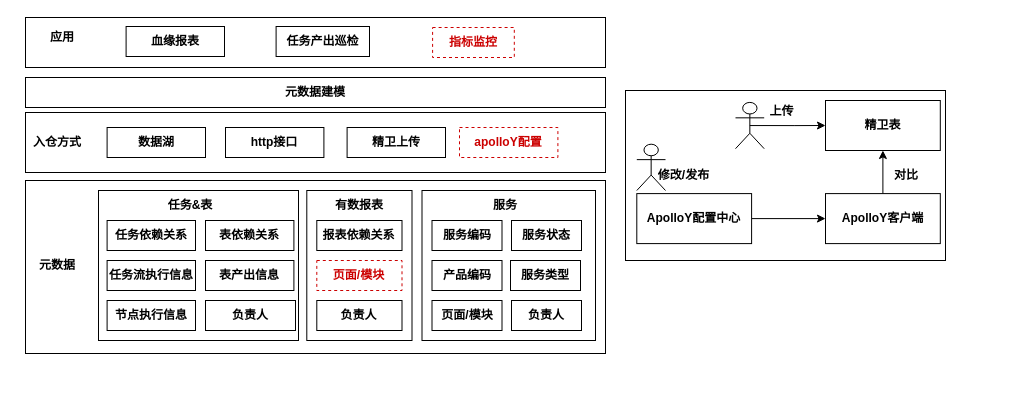
Above: 大麦任务监控.drawio in mineminemine123/work-wiki (draw.io), before the change. Source tidied: cells renumbered, new cells numbered last; positions are measured from the earlier drawing's top-left corner, leaving out a move shared by most shapes. Both pictures are drawn from the tidied source at 100%, with x=0, y=0 at pixel (25, 17).
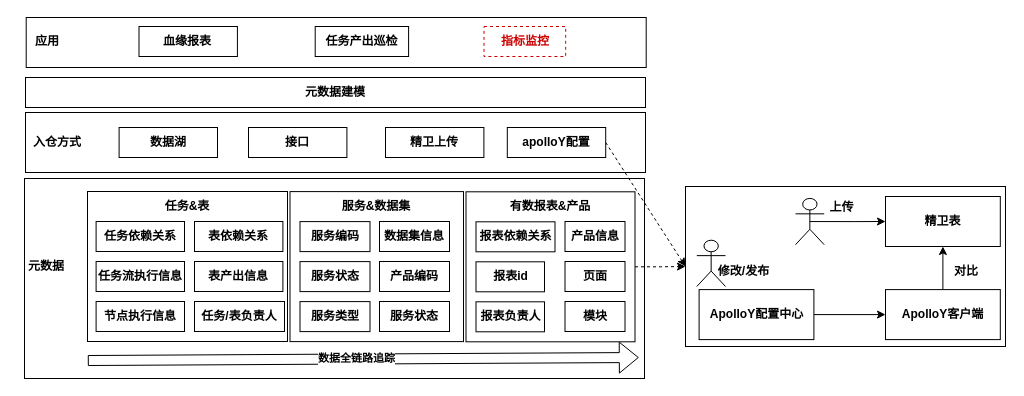
The same page after the edit.

Commit message:
更新大麦任务监控.drawio

Diff of the diagram source:
```diff
@@
     <mxCell id="2" value="&lt;h4&gt;&lt;br&gt;&lt;/h4&gt;" style="rounded=0;whiteSpace=wrap;html=1;fontFamily=微软雅黑;" parent="1" vertex="1">
-      <mxGeometry y="163" width="580" height="173" as="geometry" />
+      <mxGeometry x="-1" y="161" width="620" height="200" as="geometry" />
     </mxCell>
     <mxCell id="3" value="&lt;h4&gt;&lt;br&gt;&lt;/h4&gt;" style="rounded=0;whiteSpace=wrap;html=1;fontFamily=微软雅黑;" parent="1" vertex="1">
-      <mxGeometry width="580" height="50" as="geometry" />
+      <mxGeometry x="0.7" width="620" height="50" as="geometry" />
     </mxCell>
     <mxCell id="4" value="&lt;h4&gt;血缘报表&lt;/h4&gt;" style="rounded=0;whiteSpace=wrap;html=1;fontFamily=微软雅黑;" parent="1" vertex="1">
-      <mxGeometry x="100.6" y="9" width="98.4" height="30" as="geometry" />
+      <mxGeometry x="113.5" y="9" width="98.4" height="30" as="geometry" />
     </mxCell>
     <mxCell id="5" value="&lt;h4&gt;任务产出巡检&lt;/h4&gt;" style="rounded=0;whiteSpace=wrap;html=1;fontFamily=微软雅黑;" parent="1" vertex="1">
-      <mxGeometry x="250.6" y="9" width="93.4" height="30" as="geometry" />
+      <mxGeometry x="289.7" y="9" width="93.4" height="30" as="geometry" />
     </mxCell>
+    <mxCell id="49" style="edgeStyle=orthogonalEdgeStyle;rounded=0;jettySize=auto;html=1;exitX=1;exitY=0.5;exitDx=0;exitDy=0;dashed=1;" parent="1" edge="1" source="6" target="37">
+      <mxGeometry relative="1" as="geometry" />
+    </mxCell>
     <mxCell id="6" value="&lt;h4&gt;&lt;br&gt;&lt;/h4&gt;" style="rounded=0;whiteSpace=wrap;html=1;fontFamily=微软雅黑;" parent="1" vertex="1">
-      <mxGeometry x="281.3" y="173" width="105.2" height="150" as="geometry" />
+      <mxGeometry x="440.5" y="174.3" width="169" height="150" as="geometry" />
     </mxCell>
     <mxCell id="7" value="&lt;h4&gt;&lt;br&gt;&lt;/h4&gt;" style="rounded=0;whiteSpace=wrap;html=1;fontFamily=微软雅黑;" parent="1" vertex="1">
-      <mxGeometry x="73" y="173" width="200" height="150" as="geometry" />
+      <mxGeometry x="62" y="174" width="200" height="150" as="geometry" />
     </mxCell>
-    <mxCell id="8" value="&lt;h4 style=&quot;border-color: var(--border-color);&quot;&gt;页面/模块&lt;/h4&gt;" style="rounded=0;whiteSpace=wrap;html=1;fontFamily=微软雅黑;fontColor=#CC0000;dashed=1;strokeColor=#CC0000;" parent="1" vertex="1">
-      <mxGeometry x="291.3" y="243" width="85.2" height="30" as="geometry" />
-    </mxCell>
     <mxCell id="9" value="&lt;h4&gt;报表依赖关系&lt;/h4&gt;" style="rounded=0;whiteSpace=wrap;html=1;fontFamily=微软雅黑;" parent="1" vertex="1">
-      <mxGeometry x="291.3" y="203" width="85.2" height="30" as="geometry" />
+      <mxGeometry x="450.5" y="204.3" width="79" height="30" as="geometry" />
     </mxCell>
     <mxCell id="10" value="&lt;h4&gt;任务依赖关系&lt;/h4&gt;" style="rounded=0;whiteSpace=wrap;html=1;fontFamily=微软雅黑;" parent="1" vertex="1">
-      <mxGeometry x="81.6" y="203" width="88.4" height="30" as="geometry" />
+      <mxGeometry x="70.6" y="204" width="88.4" height="30" as="geometry" />
     </mxCell>
     <mxCell id="11" value="&lt;h4&gt;任务流执行信息&lt;/h4&gt;" style="rounded=0;whiteSpace=wrap;html=1;fontFamily=微软雅黑;" parent="1" vertex="1">
-      <mxGeometry x="81.6" y="243" width="88.4" height="30" as="geometry" />
+      <mxGeometry x="70.6" y="244" width="88.4" height="30" as="geometry" />
     </mxCell>
     <mxCell id="12" value="&lt;h4&gt;节点执行信息&lt;/h4&gt;" style="rounded=0;whiteSpace=wrap;html=1;fontFamily=微软雅黑;" parent="1" vertex="1">
-      <mxGeometry x="81.6" y="283" width="88.4" height="30" as="geometry" />
+      <mxGeometry x="70.6" y="284" width="88.4" height="30" as="geometry" />
     </mxCell>
-    <mxCell id="13" value="&lt;h4&gt;负责人&lt;/h4&gt;" style="rounded=0;whiteSpace=wrap;html=1;fontFamily=微软雅黑;" parent="1" vertex="1">
-      <mxGeometry x="291.3" y="283" width="85.2" height="30" as="geometry" />
+    <mxCell id="13" value="&lt;h4&gt;报表负责人&lt;/h4&gt;" style="rounded=0;whiteSpace=wrap;html=1;fontFamily=微软雅黑;" parent="1" vertex="1">
+      <mxGeometry x="450.5" y="284.3" width="68.5" height="30" as="geometry" />
     </mxCell>
     <mxCell id="14" value="任务&amp;amp;表" style="text;html=1;strokeColor=none;fillColor=none;align=center;verticalAlign=middle;whiteSpace=wrap;rounded=0;fontStyle=1;fontFamily=微软雅黑;" parent="1" vertex="1">
-      <mxGeometry x="134.8" y="173" width="60" height="30" as="geometry" />
+      <mxGeometry x="132" y="174" width="60" height="30" as="geometry" />
     </mxCell>
-    <mxCell id="15" value="有数报表" style="text;html=1;strokeColor=none;fillColor=none;align=center;verticalAlign=middle;whiteSpace=wrap;rounded=0;fontStyle=1;fontFamily=微软雅黑;" parent="1" vertex="1">
-      <mxGeometry x="303.9" y="173" width="60" height="30" as="geometry" />
+    <mxCell id="15" value="有数报表&amp;amp;产品" style="text;html=1;strokeColor=none;fillColor=none;align=center;verticalAlign=middle;whiteSpace=wrap;rounded=0;fontStyle=1;fontFamily=微软雅黑;" parent="1" vertex="1">
+      <mxGeometry x="481.8" y="174.1" width="86.4" height="30" as="geometry" />
     </mxCell>
     <mxCell id="16" value="&lt;h4&gt;&lt;br&gt;&lt;/h4&gt;" style="rounded=0;whiteSpace=wrap;html=1;fontFamily=微软雅黑;" parent="1" vertex="1">
-      <mxGeometry x="396.5" y="173" width="173.5" height="150" as="geometry" />
+      <mxGeometry x="264.5" y="174.1" width="173.5" height="150" as="geometry" />
     </mxCell>
-    <mxCell id="17" value="&lt;h4&gt;产品编码&lt;/h4&gt;" style="rounded=0;whiteSpace=wrap;html=1;fontFamily=微软雅黑;" parent="1" vertex="1">
-      <mxGeometry x="406.5" y="243" width="70" height="30" as="geometry" />
+    <mxCell id="17" value="&lt;h4&gt;服务状态&lt;/h4&gt;" style="rounded=0;whiteSpace=wrap;html=1;fontFamily=微软雅黑;" parent="1" vertex="1">
+      <mxGeometry x="354" y="284" width="70" height="30" as="geometry" />
     </mxCell>
     <mxCell id="18" value="&lt;h4&gt;服务编码&lt;/h4&gt;" style="rounded=0;whiteSpace=wrap;html=1;fontFamily=微软雅黑;" parent="1" vertex="1">
-      <mxGeometry x="406.5" y="203" width="70" height="30" as="geometry" />
+      <mxGeometry x="274.5" y="204.1" width="70" height="30" as="geometry" />
     </mxCell>
-    <mxCell id="19" value="&lt;h4 style=&quot;border-color: var(--border-color);&quot;&gt;页面/模块&lt;/h4&gt;" style="rounded=0;whiteSpace=wrap;html=1;fontFamily=微软雅黑;" parent="1" vertex="1">
-      <mxGeometry x="406.5" y="283" width="70" height="30" as="geometry" />
-    </mxCell>
-    <mxCell id="20" value="服务" style="text;html=1;strokeColor=none;fillColor=none;align=center;verticalAlign=middle;whiteSpace=wrap;rounded=0;fontStyle=1;fontFamily=微软雅黑;" parent="1" vertex="1">
-      <mxGeometry x="450" y="173" width="60" height="30" as="geometry" />
+    <mxCell id="20" value="服务&amp;amp;数据集" style="text;html=1;strokeColor=none;fillColor=none;align=center;verticalAlign=middle;whiteSpace=wrap;rounded=0;fontStyle=1;fontFamily=微软雅黑;" parent="1" vertex="1">
+      <mxGeometry x="310.1" y="174" width="82.4" height="30" as="geometry" />
     </mxCell>
     <mxCell id="21" value="&lt;h4&gt;服务状态&lt;/h4&gt;" style="rounded=0;whiteSpace=wrap;html=1;fontFamily=微软雅黑;" parent="1" vertex="1">
-      <mxGeometry x="486" y="203" width="70" height="30" as="geometry" />
+      <mxGeometry x="274.5" y="244.1" width="70" height="30" as="geometry" />
     </mxCell>
     <mxCell id="22" value="&lt;h4&gt;服务类型&lt;/h4&gt;" style="rounded=0;whiteSpace=wrap;html=1;fontFamily=微软雅黑;" parent="1" vertex="1">
-      <mxGeometry x="485" y="243" width="70" height="30" as="geometry" />
+      <mxGeometry x="274.5" y="284.1" width="70" height="30" as="geometry" />
     </mxCell>
-    <mxCell id="23" value="&lt;h4&gt;负责人&lt;/h4&gt;" style="rounded=0;whiteSpace=wrap;html=1;fontFamily=微软雅黑;" parent="1" vertex="1">
-      <mxGeometry x="486" y="283" width="70" height="30" as="geometry" />
+    <mxCell id="23" value="&lt;h4&gt;数据集信息&lt;/h4&gt;" style="rounded=0;whiteSpace=wrap;html=1;fontFamily=微软雅黑;" parent="1" vertex="1">
+      <mxGeometry x="354" y="204" width="70" height="30" as="geometry" />
     </mxCell>
     <mxCell id="24" value="&lt;h4&gt;表依赖关系&lt;/h4&gt;" style="rounded=0;whiteSpace=wrap;html=1;fontFamily=微软雅黑;" parent="1" vertex="1">
-      <mxGeometry x="180" y="203" width="88.4" height="30" as="geometry" />
+      <mxGeometry x="169" y="204" width="88.4" height="30" as="geometry" />
     </mxCell>
     <mxCell id="25" value="&lt;h4&gt;表产出信息&lt;/h4&gt;" style="rounded=0;whiteSpace=wrap;html=1;fontFamily=微软雅黑;" parent="1" vertex="1">
-      <mxGeometry x="180" y="243" width="88.4" height="30" as="geometry" />
+      <mxGeometry x="169" y="244" width="88.4" height="30" as="geometry" />
     </mxCell>
-    <mxCell id="26" value="&lt;h4&gt;负责人&lt;/h4&gt;" style="rounded=0;whiteSpace=wrap;html=1;fontFamily=微软雅黑;" parent="1" vertex="1">
-      <mxGeometry x="180" y="283" width="90" height="30" as="geometry" />
+    <mxCell id="26" value="&lt;h4&gt;任务/表负责人&lt;/h4&gt;" style="rounded=0;whiteSpace=wrap;html=1;fontFamily=微软雅黑;" parent="1" vertex="1">
+      <mxGeometry x="169" y="284" width="90" height="30" as="geometry" />
     </mxCell>
     <mxCell id="27" value="&lt;h4&gt;&lt;font color=&quot;#cc0000&quot;&gt;指标监控&lt;/font&gt;&lt;/h4&gt;" style="rounded=0;whiteSpace=wrap;html=1;fontFamily=微软雅黑;fillColor=none;strokeColor=#CC0000;dashed=1;" parent="1" vertex="1">
-      <mxGeometry x="407.1" y="10" width="81.7" height="30" as="geometry" />
+      <mxGeometry x="458.5" y="9" width="81.7" height="30" as="geometry" />
     </mxCell>
     <mxCell id="28" value="&lt;h4&gt;&lt;br&gt;&lt;/h4&gt;" style="rounded=0;whiteSpace=wrap;html=1;fontFamily=微软雅黑;" parent="1" vertex="1">
-      <mxGeometry y="95" width="580" height="60" as="geometry" />
+      <mxGeometry y="95" width="620" height="60" as="geometry" />
     </mxCell>
     <mxCell id="29" value="&lt;h4&gt;数据湖&lt;/h4&gt;" style="rounded=0;whiteSpace=wrap;html=1;fontFamily=微软雅黑;" parent="1" vertex="1">
-      <mxGeometry x="81.6" y="110" width="98.4" height="30" as="geometry" />
+      <mxGeometry x="93.6" y="110" width="98.4" height="30" as="geometry" />
     </mxCell>
-    <mxCell id="30" value="&lt;h4&gt;http接口&lt;/h4&gt;" style="rounded=0;whiteSpace=wrap;html=1;fontFamily=微软雅黑;" parent="1" vertex="1">
-      <mxGeometry x="200" y="110" width="98.4" height="30" as="geometry" />
+    <mxCell id="30" value="&lt;h4&gt;接口&lt;/h4&gt;" style="rounded=0;whiteSpace=wrap;html=1;fontFamily=微软雅黑;" parent="1" vertex="1">
+      <mxGeometry x="223" y="110" width="98.4" height="30" as="geometry" />
     </mxCell>
     <mxCell id="31" value="&lt;h4&gt;精卫上传&lt;/h4&gt;" style="rounded=0;whiteSpace=wrap;html=1;fontFamily=微软雅黑;" parent="1" vertex="1">
-      <mxGeometry x="321.6" y="110" width="98.4" height="30" as="geometry" />
+      <mxGeometry x="360" y="110" width="98.4" height="30" as="geometry" />
     </mxCell>
-    <mxCell id="32" value="&lt;h4&gt;&lt;font color=&quot;#cc0000&quot;&gt;apolloY配置&lt;/font&gt;&lt;/h4&gt;" style="rounded=0;whiteSpace=wrap;html=1;fontFamily=微软雅黑;fillColor=none;dashed=1;strokeColor=#CC0000;" parent="1" vertex="1">
-      <mxGeometry x="434" y="110" width="98.4" height="30" as="geometry" />
+    <mxCell id="32" value="&lt;h4&gt;apolloY配置&lt;/h4&gt;" style="rounded=0;whiteSpace=wrap;html=1;fontFamily=微软雅黑;fillColor=none;strokeColor=default;" parent="1" vertex="1">
+      <mxGeometry x="481.8" y="110" width="98.4" height="30" as="geometry" />
     </mxCell>
     <mxCell id="33" value="&lt;h4&gt;元数据建模&lt;/h4&gt;" style="rounded=0;whiteSpace=wrap;html=1;fontFamily=微软雅黑;" parent="1" vertex="1">
-      <mxGeometry y="60" width="580" height="30" as="geometry" />
+      <mxGeometry y="60" width="620" height="30" as="geometry" />
     </mxCell>
     <mxCell id="34" value="应用" style="text;html=1;strokeColor=none;fillColor=none;align=center;verticalAlign=middle;whiteSpace=wrap;rounded=0;fontStyle=1;fontFamily=微软雅黑;" parent="1" vertex="1">
-      <mxGeometry x="7" y="5" width="60" height="30" as="geometry" />
+      <mxGeometry x="-8" y="9" width="60" height="30" as="geometry" />
     </mxCell>
@@
     <mxCell id="36" value="元数据" style="text;html=1;strokeColor=none;fillColor=none;align=center;verticalAlign=middle;whiteSpace=wrap;rounded=0;fontStyle=1;fontFamily=微软雅黑;" parent="1" vertex="1">
-      <mxGeometry x="2.3" y="233" width="60" height="30" as="geometry" />
+      <mxGeometry x="-8.7" y="234" width="60" height="30" as="geometry" />
     </mxCell>
     <mxCell id="37" style="rounded=0;whiteSpace=wrap;html=1;" parent="1" vertex="1">
-      <mxGeometry x="600" y="73" width="320" height="170" as="geometry" />
+      <mxGeometry x="660" y="169" width="320" height="160" as="geometry" />
     </mxCell>
@@
     <mxCell id="39" value="&lt;h4&gt;ApolloY配置中心&lt;/h4&gt;" style="rounded=0;whiteSpace=wrap;html=1;fontFamily=微软雅黑;" parent="1" vertex="1">
-      <mxGeometry x="611.3" y="176.1" width="114.8" height="50" as="geometry" />
+      <mxGeometry x="673.6" y="272.1" width="114.8" height="50" as="geometry" />
     </mxCell>
     <mxCell id="40" value="&lt;h4&gt;修改/发布&lt;/h4&gt;" style="text;html=1;strokeColor=none;fillColor=none;align=center;verticalAlign=middle;whiteSpace=wrap;rounded=0;fontFamily=微软雅黑;" parent="1" vertex="1">
-      <mxGeometry x="630" y="146.4" width="57.4" height="23.1" as="geometry" />
+      <mxGeometry x="690" y="242.4" width="57.4" height="23.1" as="geometry" />
     </mxCell>
     <mxCell id="41" style="shape=umlActor;verticalLabelPosition=bottom;verticalAlign=top;html=1;fontFamily=微软雅黑;" parent="1" vertex="1">
-      <mxGeometry x="611.3" y="126.7" width="28.7" height="46.3" as="geometry" />
+      <mxGeometry x="671.3" y="222.7" width="28.7" height="46.3" as="geometry" />
     </mxCell>
@@
     <mxCell id="43" value="&lt;h4&gt;ApolloY客户端&lt;/h4&gt;" style="rounded=0;whiteSpace=wrap;html=1;fontFamily=微软雅黑;" parent="1" vertex="1">
-      <mxGeometry x="800" y="176.1" width="114.8" height="50" as="geometry" />
+      <mxGeometry x="860" y="272.1" width="114.8" height="50" as="geometry" />
     </mxCell>
     <mxCell id="44" value="&lt;h4&gt;精卫表&lt;/h4&gt;" style="rounded=0;whiteSpace=wrap;html=1;fontFamily=微软雅黑;" parent="1" vertex="1">
-      <mxGeometry x="800" y="83" width="114.8" height="50" as="geometry" />
+      <mxGeometry x="860" y="179" width="114.8" height="50" as="geometry" />
     </mxCell>
@@
     <mxCell id="46" style="shape=umlActor;verticalLabelPosition=bottom;verticalAlign=top;html=1;outlineConnect=0;fontFamily=微软雅黑;" parent="1" vertex="1">
-      <mxGeometry x="710" y="84.9" width="28.7" height="46.3" as="geometry" />
+      <mxGeometry x="770" y="180.9" width="28.7" height="46.3" as="geometry" />
     </mxCell>
     <mxCell id="47" value="&lt;h4&gt;上传&lt;/h4&gt;" style="text;html=1;strokeColor=none;fillColor=none;align=center;verticalAlign=middle;whiteSpace=wrap;rounded=0;fontFamily=微软雅黑;" parent="1" vertex="1">
-      <mxGeometry x="728.4" y="82" width="57.4" height="23.1" as="geometry" />
+      <mxGeometry x="788.4" y="178" width="57.4" height="23.1" as="geometry" />
     </mxCell>
     <mxCell id="48" value="对比" style="text;html=1;strokeColor=none;fillColor=none;align=center;verticalAlign=middle;whiteSpace=wrap;rounded=0;fontFamily=微软雅黑;fontStyle=1;" parent="1" vertex="1">
-      <mxGeometry x="850.7" y="143" width="60" height="30" as="geometry" />
+      <mxGeometry x="910.7" y="239" width="60" height="30" as="geometry" />
     </mxCell>
+    <mxCell id="50" value="&lt;h4&gt;报表id&lt;/h4&gt;" style="rounded=0;whiteSpace=wrap;html=1;fontFamily=微软雅黑;" parent="1" vertex="1">
+      <mxGeometry x="450.5" y="244.3" width="68.5" height="30" as="geometry" />
+    </mxCell>
+    <mxCell id="51" value="&lt;h4&gt;产品编码&lt;/h4&gt;" style="rounded=0;whiteSpace=wrap;html=1;fontFamily=微软雅黑;" parent="1" vertex="1">
+      <mxGeometry x="354" y="244" width="70" height="30" as="geometry" />
+    </mxCell>
+    <mxCell id="52" value="&lt;h4&gt;页面&lt;/h4&gt;" style="rounded=0;whiteSpace=wrap;html=1;fontFamily=微软雅黑;" parent="1" vertex="1">
+      <mxGeometry x="539.5" y="244" width="60" height="30" as="geometry" />
+    </mxCell>
+    <mxCell id="53" value="&lt;h4&gt;产品信息&lt;/h4&gt;" style="rounded=0;whiteSpace=wrap;html=1;fontFamily=微软雅黑;" parent="1" vertex="1">
+      <mxGeometry x="539.5" y="204" width="60" height="30" as="geometry" />
+    </mxCell>
+    <mxCell id="54" style="shape=flexArrow;endArrow=classic;html=1;rounded=0;fontFamily=微软雅黑;" parent="1" edge="1">
+      <mxGeometry relative="1" as="geometry">
+        <mxPoint x="62.3" y="343" as="sourcePoint" />
+        <mxPoint x="613.3" y="340" as="targetPoint" />
+      </mxGeometry>
+    </mxCell>
+    <mxCell id="55" value="&lt;font face=&quot;微软雅黑&quot;&gt;&lt;b&gt;数据全链路追踪&lt;/b&gt;&lt;/font&gt;" style="edgeLabel;html=1;align=center;verticalAlign=middle;" parent="54" vertex="1">
+      <mxGeometry x="0.28" y="1" relative="1" as="geometry">
+        <mxPoint x="-85" as="offset" />
+      </mxGeometry>
+    </mxCell>
+    <mxCell id="56" value="&lt;h4&gt;模块&lt;/h4&gt;" style="rounded=0;whiteSpace=wrap;html=1;fontFamily=微软雅黑;" parent="1" vertex="1">
+      <mxGeometry x="539.5" y="284" width="60" height="30" as="geometry" />
+    </mxCell>
+    <mxCell id="57" style="endArrow=classic;html=1;rounded=0;exitX=1;exitY=0.5;exitDx=0;exitDy=0;entryX=0;entryY=0.5;entryDx=0;entryDy=0;dashed=1;" parent="1" edge="1" source="32" target="37">
+      <mxGeometry relative="1" as="geometry" />
+    </mxCell>
```
